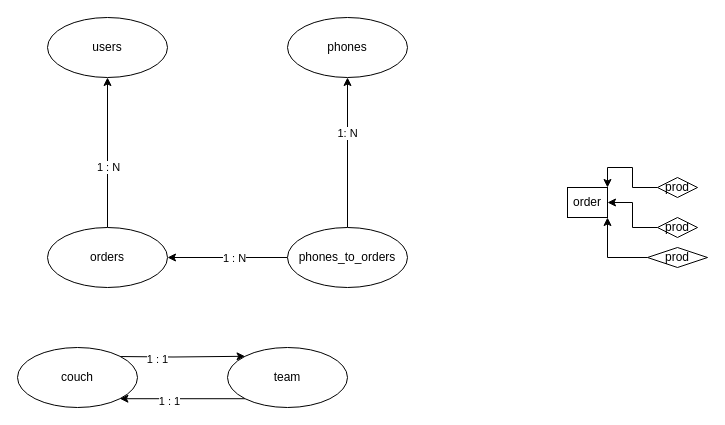
The draw.io diagram sql/db.drawio in freshjs-fte/sql-start, before the edit. Source tidied: cells renumbered, new cells numbered last; positions are measured from the earlier drawing's top-left corner, leaving out a move shared by most shapes. Both pictures are drawn from the tidied source at 100%, with x=0, y=0 at pixel (17, 17).
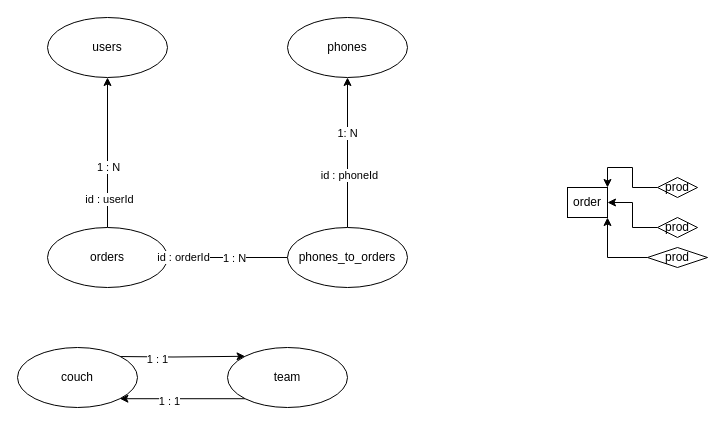
The same page after the edit.

The change refers to these unchanged cells:
```xml
<mxCell id="3" style="edgeStyle=orthogonalEdgeStyle;rounded=0;jettySize=auto;html=1;entryX=0.5;entryY=1;entryDx=0;entryDy=0;" parent="1" edge="1" source="5" target="2">
  <mxGeometry relative="1" as="geometry" />
</mxCell>
<mxCell id="13" style="edgeStyle=orthogonalEdgeStyle;rounded=0;jettySize=auto;html=1;entryX=0.5;entryY=1;entryDx=0;entryDy=0;" parent="1" edge="1" source="17" target="6">
  <mxGeometry relative="1" as="geometry" />
</mxCell>
<mxCell id="15" style="edgeStyle=orthogonalEdgeStyle;rounded=0;jettySize=auto;html=1;entryX=1;entryY=0.5;entryDx=0;entryDy=0;" parent="1" edge="1" source="17" target="5">
  <mxGeometry relative="1" as="geometry" />
</mxCell>
```

What changed in the source:
```diff
@@
+    <mxCell id="25" value="id : userId" style="edgeLabel;html=1;align=center;verticalAlign=middle;" parent="3" vertex="1">
+      <mxGeometry x="-0.61" y="-1" relative="1" as="geometry" />
+    </mxCell>
@@
+    <mxCell id="26" value="id : phoneId" style="edgeLabel;html=1;align=center;verticalAlign=middle;" parent="13" vertex="1">
+      <mxGeometry x="-0.29" y="-1" relative="1" as="geometry" />
+    </mxCell>
@@
+    <mxCell id="27" value="id : orderId" style="edgeLabel;html=1;align=center;verticalAlign=middle;" parent="15" vertex="1">
+      <mxGeometry x="0.75" y="-1" relative="1" as="geometry" />
+    </mxCell>
```
